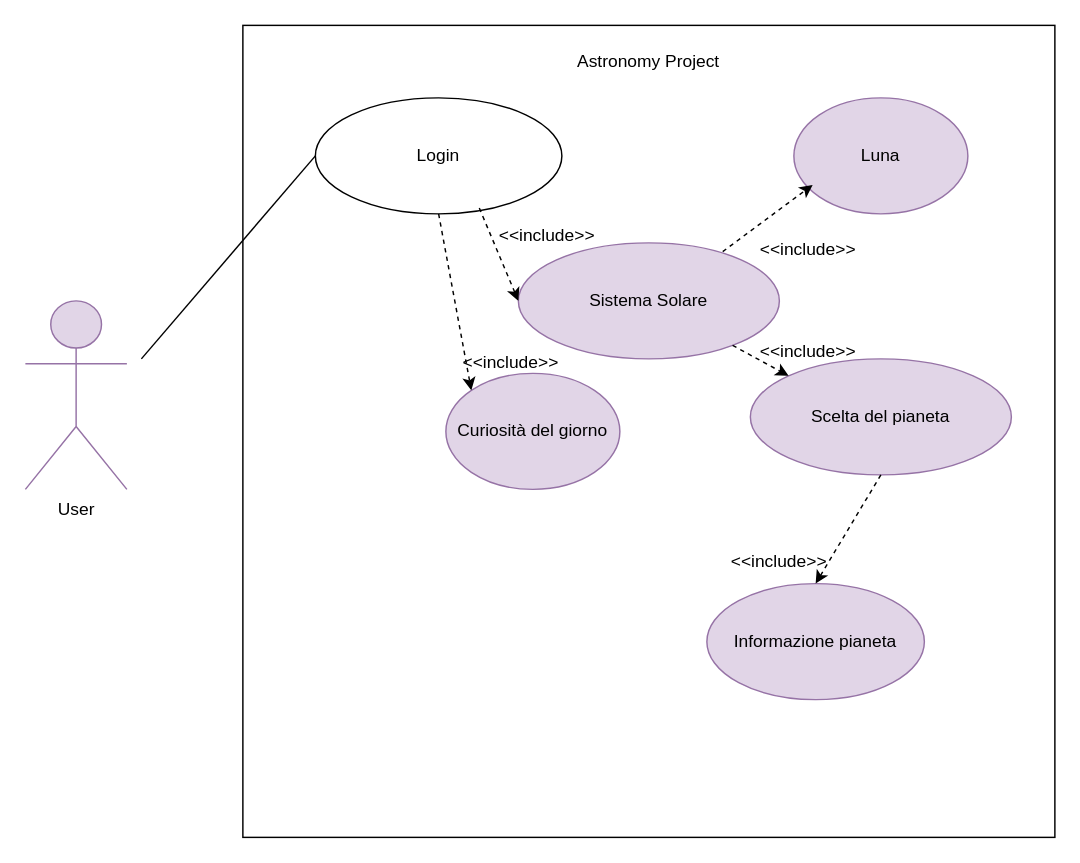
Before: 7_Allegati/usecase1.drawio in lindabytyqi/Sistema-solare, a draw.io diagram. Source tidied: cells renumbered, new cells numbered last; positions are measured from the earlier drawing's top-left corner, leaving out a move shared by most shapes. Both pictures are drawn from the tidied source at 145%, with x=0, y=0 at pixel (25, 25).
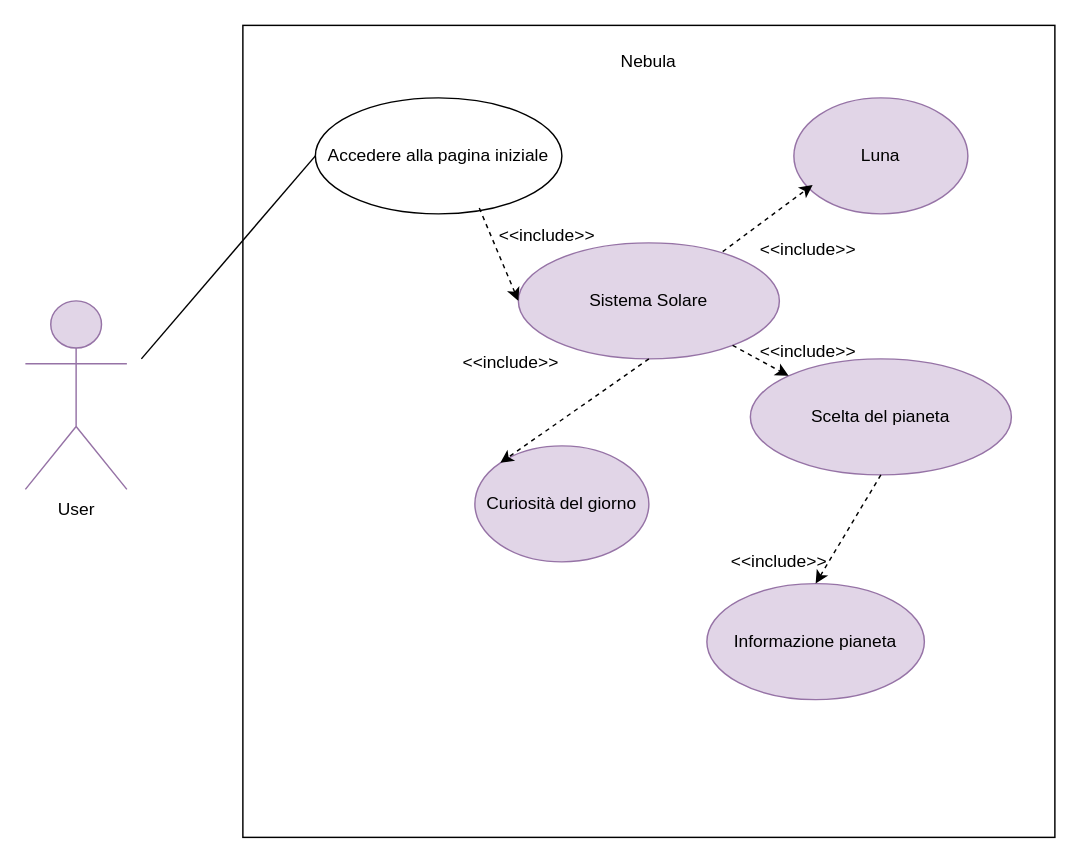
After the change.

Unchanged cells that the change refers to:
```xml
<mxCell id="5" value="Sistema Solare" style="ellipse;whiteSpace=wrap;html=1;fillColor=#e1d5e7;strokeColor=#9673a6;" parent="1" vertex="1">
  <mxGeometry x="340" y="150" width="180" height="80" as="geometry" />
</mxCell>
```

Diff of the diagram source:
```diff
@@
-    <mxCell id="3" value="Astronomy Project" style="text;html=1;align=center;verticalAlign=middle;whiteSpace=wrap;rounded=0;" parent="1" vertex="1">
+    <mxCell id="3" value="Nebula" style="text;html=1;align=center;verticalAlign=middle;whiteSpace=wrap;rounded=0;" parent="1" vertex="1">
       <mxGeometry x="370" y="10" width="120" height="30" as="geometry" />
     </mxCell>
-    <mxCell id="4" value="Login" style="ellipse;whiteSpace=wrap;html=1;" parent="1" vertex="1">
+    <mxCell id="4" value="Accedere alla pagina iniziale" style="ellipse;whiteSpace=wrap;html=1;" parent="1" vertex="1">
       <mxGeometry x="200" y="50" width="170" height="80" as="geometry" />
     </mxCell>
@@
     <mxCell id="9" value="Curiosità del giorno" style="ellipse;whiteSpace=wrap;html=1;fillColor=#e1d5e7;strokeColor=#9673a6;" parent="1" vertex="1">
-      <mxGeometry x="290" y="240" width="120" height="80" as="geometry" />
+      <mxGeometry x="310" y="290" width="120" height="80" as="geometry" />
     </mxCell>
@@
-    <mxCell id="16" style="endArrow=classic;html=1;rounded=0;entryX=0;entryY=0;entryDx=0;entryDy=0;exitX=0.5;exitY=1;exitDx=0;exitDy=0;dashed=1;endFill=1;" parent="1" edge="1" source="4" target="9">
+    <mxCell id="16" style="endArrow=classic;html=1;rounded=0;entryX=0;entryY=0;entryDx=0;entryDy=0;exitX=0.5;exitY=1;exitDx=0;exitDy=0;dashed=1;endFill=1;" parent="1" edge="1" source="5" target="9">
       <mxGeometry relative="1" as="geometry" />
     </mxCell>
```
